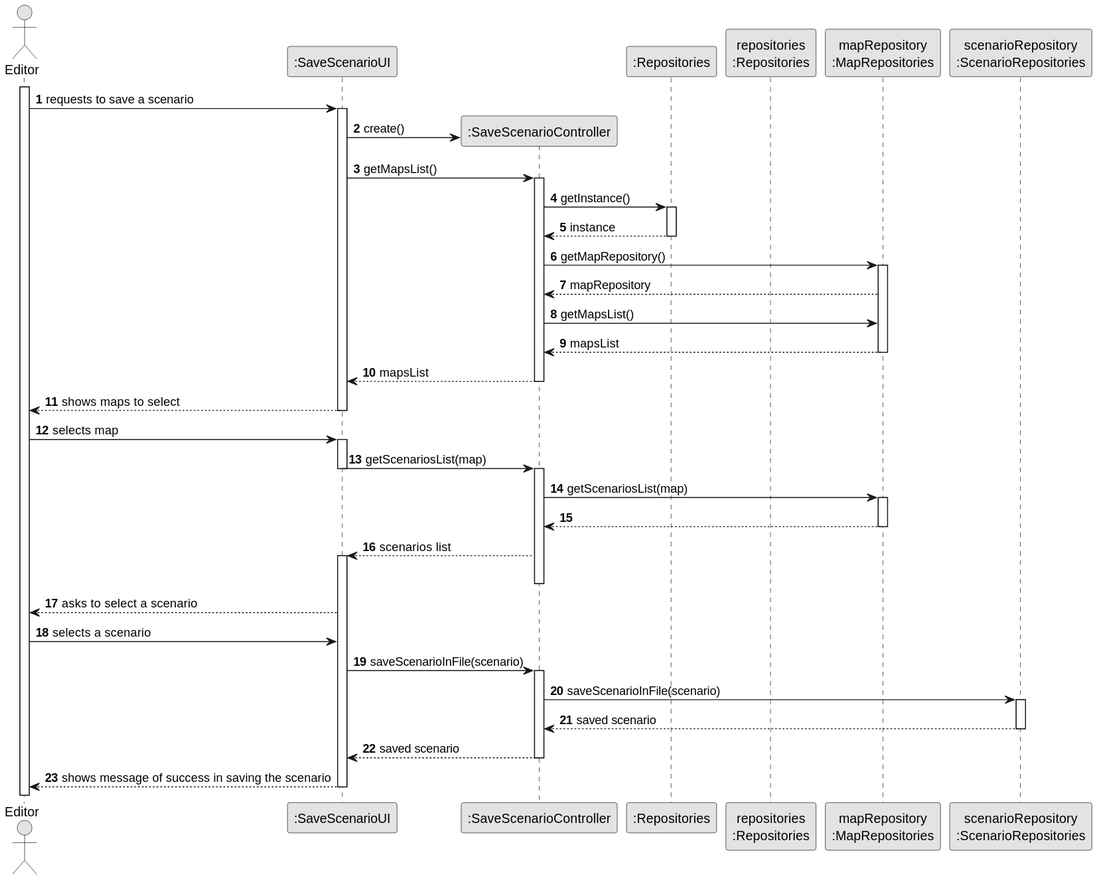
Earlier version of the PlantUML export docs/sprint3/us021/03.design/svg/us021-sequence-diagram.svg (ivasduarte/all-aboard). Its diagram source:
```plantuml
@startuml
skinparam monochrome true
skinparam packageStyle rectangle
skinparam shadowing false

autonumber

actor Editor

participant ":SaveScenarioUI" as UI

activate Editor
Editor -> UI : requests to save a scenario

create ":SaveScenarioController" as ctrl

activate UI
UI -> ctrl : create()

participant ":Repositories" as reps
participant "repositories\n:Repositories" as repositories
participant "mapRepository\n:MapRepositories" as repo
participant "scenarioRepository\n:ScenarioRepositories" as srepo



UI -> ctrl : getMapsList()
activate ctrl

ctrl -> reps : getInstance()
activate reps

reps --> ctrl : instance
deactivate reps

ctrl -> repo : getMapRepository()
activate repo

repo --> ctrl : mapRepository

ctrl -> repo: getMapsList()


repo --> ctrl: mapsList
deactivate repo

ctrl --> UI: mapsList
deactivate ctrl

UI --> Editor: shows maps to select
deactivate UI
Editor -> UI: selects map
activate UI

UI -> ctrl: getScenariosList(map)
deactivate UI
activate ctrl

ctrl -> repo: getScenariosList(map)
activate repo
repo --> ctrl:
deactivate repo
ctrl --> UI:  scenarios list
activate UI
deactivate ctrl
UI --> Editor: asks to select a scenario

Editor -> UI: selects a scenario

UI -> ctrl: saveScenarioInFile(scenario)
activate ctrl
ctrl -> srepo: saveScenarioInFile(scenario)
activate srepo
srepo --> ctrl: saved scenario
deactivate srepo
ctrl --> UI: saved scenario
deactivate ctrl
UI --> Editor: shows message of success in saving the scenario
deactivate UI
@enduml
```
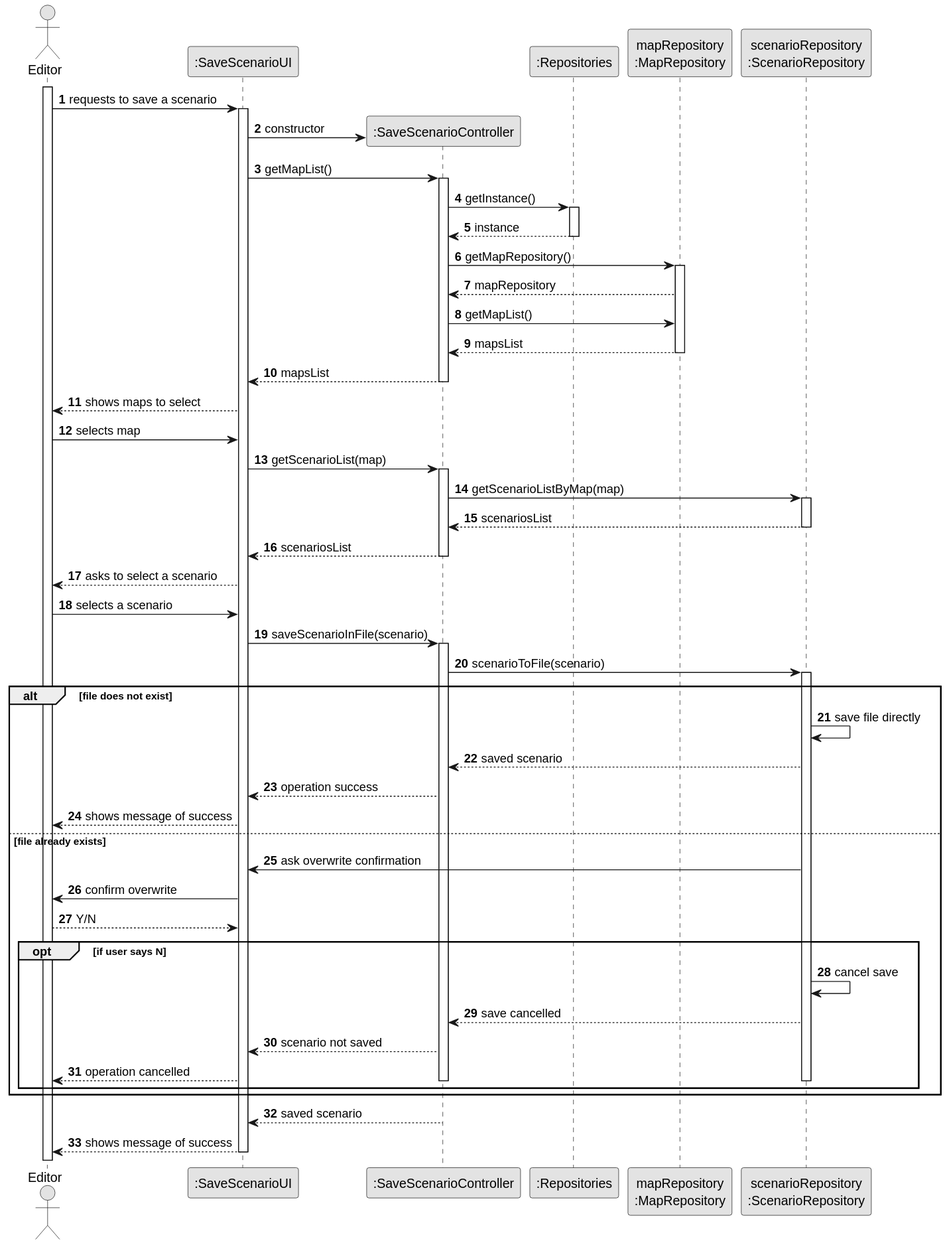
Above is the later version.

The edit, as a diff of the source:
```diff
@@ -8,73 +8,81 @@
 actor Editor
 
 participant ":SaveScenarioUI" as UI
+participant ":SaveScenarioController" as ctrl
+participant ":Repositories" as reps
+participant "mapRepository\n:MapRepository" as repo
+participant "scenarioRepository\n:ScenarioRepository" as srepo
+
 
 activate Editor
 Editor -> UI : requests to save a scenario
+activate UI
 
-create ":SaveScenarioController" as ctrl
+create ctrl
+UI -> ctrl : constructor
 
-activate UI
-UI -> ctrl : create()
-
-participant ":Repositories" as reps
-participant "repositories\n:Repositories" as repositories
-participant "mapRepository\n:MapRepositories" as repo
-participant "scenarioRepository\n:ScenarioRepositories" as srepo
-
-
-
-UI -> ctrl : getMapsList()
+UI -> ctrl : getMapList()
 activate ctrl
-
 ctrl -> reps : getInstance()
 activate reps
-
 reps --> ctrl : instance
 deactivate reps
 
 ctrl -> repo : getMapRepository()
 activate repo
-
 repo --> ctrl : mapRepository
-
-ctrl -> repo: getMapsList()
-
-
-repo --> ctrl: mapsList
+ctrl -> repo : getMapList()
+repo --> ctrl : mapsList
 deactivate repo
-
-ctrl --> UI: mapsList
+ctrl --> UI : mapsList
 deactivate ctrl
 
-UI --> Editor: shows maps to select
-deactivate UI
-Editor -> UI: selects map
-activate UI
+UI --> Editor : shows maps to select
+Editor -> UI : selects map
 
-UI -> ctrl: getScenariosList(map)
-deactivate UI
+UI -> ctrl : getScenarioList(map)
 activate ctrl
+ctrl -> srepo : getScenarioListByMap(map)
+activate srepo
+srepo --> ctrl : scenariosList
+deactivate srepo
+ctrl --> UI : scenariosList
+deactivate ctrl
 
-ctrl -> repo: getScenariosList(map)
-activate repo
-repo --> ctrl:
-deactivate repo
-ctrl --> UI:  scenarios list
-activate UI
+UI --> Editor : asks to select a scenario
+Editor -> UI : selects a scenario
+
+UI -> ctrl : saveScenarioInFile(scenario)
+activate ctrl
+ctrl -> srepo : scenarioToFile(scenario)
+activate srepo
+
+alt file does not exist
+    srepo -> srepo : save file directly
+    srepo --> ctrl : saved scenario
+    ctrl --> UI: operation success
+    UI --> Editor: shows message of success
+else file already exists
+    srepo -> UI : ask overwrite confirmation
+    UI -> Editor : confirm overwrite
+    Editor --> UI : Y/N
+
+    opt if user says N
+        srepo -> srepo : cancel save
+        srepo --> ctrl : save cancelled
+        ctrl --> UI : scenario not saved
+        UI --> Editor : operation cancelled
+        deactivate srepo
+        deactivate ctrl
+
+    end
+
+end
+
+deactivate srepo
+ctrl --> UI : saved scenario
 deactivate ctrl
-UI --> Editor: asks to select a scenario
 
-Editor -> UI: selects a scenario
-
-UI -> ctrl: saveScenarioInFile(scenario)
-activate ctrl
-ctrl -> srepo: saveScenarioInFile(scenario)
-activate srepo
-srepo --> ctrl: saved scenario
-deactivate srepo
-ctrl --> UI: saved scenario
-deactivate ctrl
-UI --> Editor: shows message of success in saving the scenario
+UI --> Editor : shows message of success
 deactivate UI
 @enduml
```
